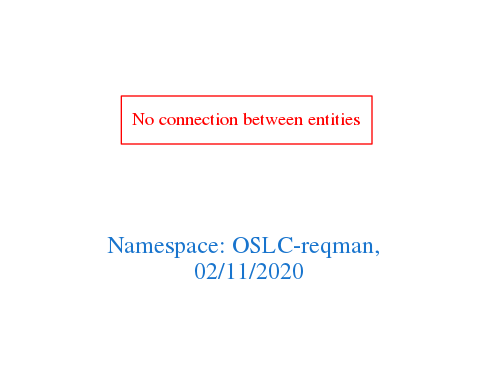
This is downloads/OSLC-reqman.png from arago/OGIT, a Graphviz export, as it was before one commit. Its source is kept beside it as downloads/OSLC-reqman.dot.
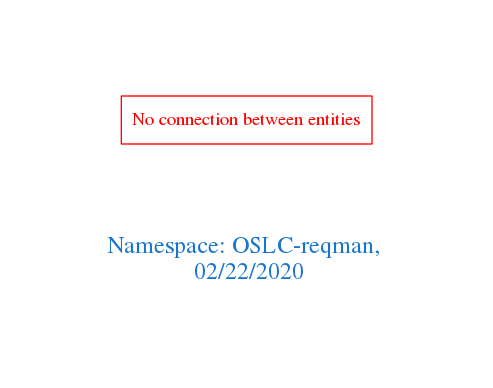
Above is the later version.

Diff of the diagram source:
```diff
@@ -1,7 +1,7 @@
 digraph OGIT_ontology {
  graph [ rankdir= LR,pad=1
 fontsize = 18,
-fontcolor= dodgerblue3,label = "\n\n\nNamespace: OSLC-reqman, \n 02/11/2020"];
+fontcolor= dodgerblue3,label = "\n\n\nNamespace: OSLC-reqman, \n 02/22/2020"];
 node[shape=polygon];
 edge [  color="gray81"];
 
```
